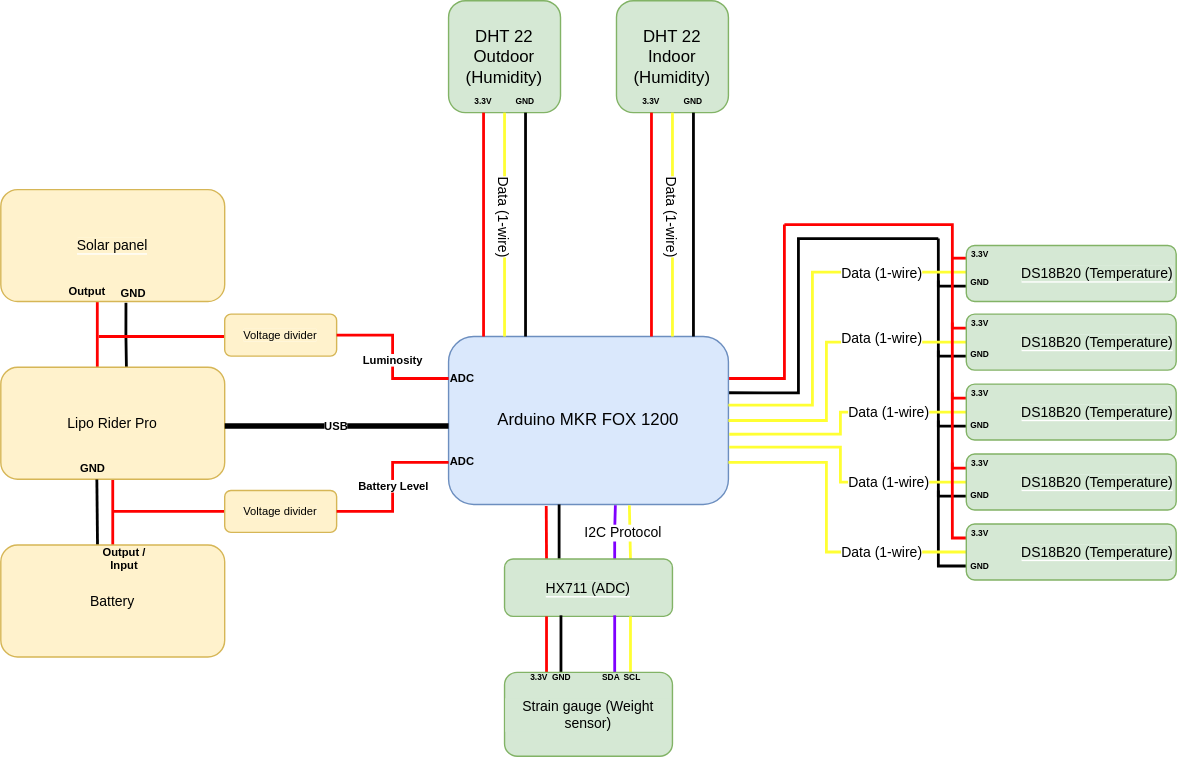
Above: Documentation/Synoptique.svg in Ithoh/OpenRucheDLCB (draw.io), before the change. Source tidied: cells renumbered, new cells last; positions are measured from the earlier drawing's top-left corner, leaving out a move shared by most shapes.
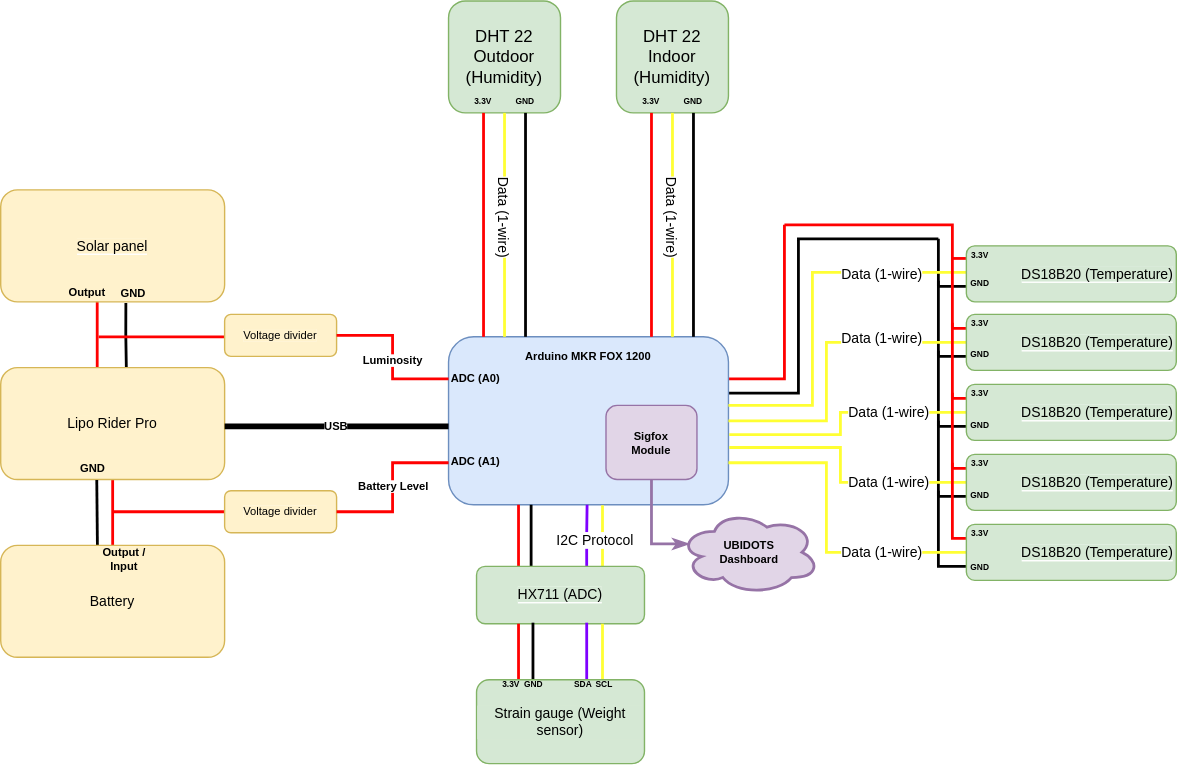
After the commit.

Commit message:
Added sigfox module in the schematic

Diff of the diagram source:
```diff
@@ -15,7 +15,7 @@
         </Array>
       </mxGeometry>
     </mxCell>
-    <mxCell id="4" value="Arduino MKR FOX 1200" style="rounded=1;whiteSpace=wrap;html=1;fillColor=#dae8fc;strokeColor=#6c8ebf;" parent="1" vertex="1">
+    <mxCell id="4" style="rounded=1;whiteSpace=wrap;html=1;fillColor=#dae8fc;strokeColor=#6c8ebf;" parent="1" vertex="1">
       <mxGeometry x="320" y="240" width="200" height="120" as="geometry" />
     </mxCell>
     <mxCell id="5" value="DHT 22 Outdoor&lt;br&gt;(Humidity)" style="rounded=1;whiteSpace=wrap;html=1;fillColor=#d5e8d4;strokeColor=#82b366;" parent="1" vertex="1">
@@ -232,22 +232,24 @@
     <mxCell id="54" value="Data (1-wire)" style="text;html=1;strokeColor=none;fillColor=none;align=center;verticalAlign=middle;whiteSpace=wrap;rounded=0;labelBackgroundColor=#FFFFFF;fontSize=10;fontColor=#000000;" parent="1" vertex="1">
       <mxGeometry x="605" y="339" width="60" height="10" as="geometry" />
     </mxCell>
-    <mxCell id="55" style="edgeStyle=orthogonalEdgeStyle;rounded=0;jettySize=auto;html=1;exitX=0.25;exitY=0;exitDx=0;exitDy=0;entryX=0.349;entryY=1.009;entryDx=0;entryDy=0;entryPerimeter=0;fontSize=10;fontColor=#000000;endArrow=none;endFill=0;strokeColor=#FF0000;strokeWidth=2;" parent="1" edge="1" source="59" target="4">
+    <mxCell id="55" style="edgeStyle=orthogonalEdgeStyle;rounded=0;jettySize=auto;html=1;exitX=0.25;exitY=0;exitDx=0;exitDy=0;entryX=0.25;entryY=1;entryDx=0;entryDy=0;fontSize=10;fontColor=#000000;endArrow=none;endFill=0;strokeColor=#FF0000;strokeWidth=2;" parent="1" edge="1" source="59" target="4">
       <mxGeometry relative="1" as="geometry" />
     </mxCell>
     <mxCell id="56" style="edgeStyle=orthogonalEdgeStyle;rounded=0;jettySize=auto;html=1;exitX=0.325;exitY=0.056;exitDx=0;exitDy=0;fontSize=10;fontColor=#000000;endArrow=none;endFill=0;strokeColor=#000000;strokeWidth=2;exitPerimeter=0;" parent="1" edge="1" source="59">
       <mxGeometry relative="1" as="geometry">
-        <mxPoint x="399" y="360" as="targetPoint" />
+        <mxPoint x="379" y="360" as="targetPoint" />
       </mxGeometry>
     </mxCell>
-    <mxCell id="57" style="edgeStyle=orthogonalEdgeStyle;rounded=0;jettySize=auto;html=1;exitX=0.75;exitY=0;exitDx=0;exitDy=0;entryX=0.646;entryY=1.005;entryDx=0;entryDy=0;entryPerimeter=0;fontSize=10;fontColor=#000000;endArrow=none;endFill=0;strokeColor=#FFFF33;strokeWidth=2;" parent="1" edge="1" source="59" target="4">
+    <mxCell id="57" style="edgeStyle=orthogonalEdgeStyle;rounded=0;jettySize=auto;html=1;exitX=0.75;exitY=0;exitDx=0;exitDy=0;entryX=0.55;entryY=1.003;entryDx=0;entryDy=0;entryPerimeter=0;fontSize=10;fontColor=#000000;endArrow=none;endFill=0;strokeColor=#FFFF33;strokeWidth=2;" parent="1" edge="1" source="59" target="4">
       <mxGeometry relative="1" as="geometry" />
     </mxCell>
-    <mxCell id="58" style="edgeStyle=orthogonalEdgeStyle;rounded=0;jettySize=auto;html=1;exitX=0.656;exitY=0.056;exitDx=0;exitDy=0;entryX=0.596;entryY=1.005;entryDx=0;entryDy=0;fontSize=10;fontColor=#000000;endArrow=none;endFill=0;strokeColor=#7F00FF;strokeWidth=2;exitPerimeter=0;entryPerimeter=0;" parent="1" edge="1" source="59" target="4">
-      <mxGeometry relative="1" as="geometry" />
+    <mxCell id="58" style="edgeStyle=orthogonalEdgeStyle;rounded=0;jettySize=auto;html=1;exitX=0.656;exitY=0.056;exitDx=0;exitDy=0;fontSize=10;fontColor=#000000;endArrow=none;endFill=0;strokeColor=#7F00FF;strokeWidth=2;exitPerimeter=0;" parent="1" edge="1" source="59">
+      <mxGeometry relative="1" as="geometry">
+        <mxPoint x="419" y="360" as="targetPoint" />
+      </mxGeometry>
     </mxCell>
     <mxCell id="59" value="&lt;span style=&quot;background-color: rgb(213 , 232 , 212)&quot;&gt;HX711 (ADC)&lt;br&gt;&lt;/span&gt;" style="rounded=1;whiteSpace=wrap;html=1;labelBackgroundColor=#FFFFFF;fontSize=10;strokeColor=#82b366;fillColor=#d5e8d4;align=center;" parent="1" vertex="1">
-      <mxGeometry x="360" y="399" width="120" height="41" as="geometry" />
+      <mxGeometry x="340" y="404" width="120" height="41" as="geometry" />
     </mxCell>
     <mxCell id="60" style="edgeStyle=orthogonalEdgeStyle;rounded=0;jettySize=auto;html=1;exitX=0.25;exitY=0;exitDx=0;exitDy=0;entryX=0.25;entryY=1;entryDx=0;entryDy=0;fontSize=10;fontColor=#000000;endArrow=none;endFill=0;strokeColor=#FF0000;strokeWidth=2;" parent="1" edge="1" source="64" target="59">
       <mxGeometry relative="1" as="geometry" />
@@ -262,22 +264,22 @@
       <mxGeometry relative="1" as="geometry" />
     </mxCell>
     <mxCell id="64" value="Strain gauge (Weight sensor)" style="rounded=1;whiteSpace=wrap;html=1;labelBackgroundColor=#D5E8D4;fontSize=10;strokeColor=#82b366;fillColor=#d5e8d4;align=center;" parent="1" vertex="1">
-      <mxGeometry x="360" y="480" width="120" height="60" as="geometry" />
+      <mxGeometry x="340" y="485" width="120" height="60" as="geometry" />
     </mxCell>
     <mxCell id="65" value="&lt;font style=&quot;font-size: 6px ; line-height: 0.8&quot;&gt;&lt;b&gt;3.3V&lt;/b&gt;&lt;/font&gt;" style="text;html=1;strokeColor=none;fillColor=none;align=center;verticalAlign=middle;whiteSpace=wrap;rounded=0;" parent="1" vertex="1">
-      <mxGeometry x="375" y="477" width="20" height="10" as="geometry" />
+      <mxGeometry x="355" y="482" width="20" height="10" as="geometry" />
     </mxCell>
     <mxCell id="66" value="&lt;font style=&quot;font-size: 6px ; line-height: 0.8&quot;&gt;&lt;b&gt;GND&lt;/b&gt;&lt;/font&gt;" style="text;html=1;strokeColor=none;fillColor=none;align=center;verticalAlign=middle;whiteSpace=wrap;rounded=0;" parent="1" vertex="1">
-      <mxGeometry x="391" y="477" width="20" height="10" as="geometry" />
+      <mxGeometry x="371" y="482" width="20" height="10" as="geometry" />
     </mxCell>
     <mxCell id="67" value="SDA" style="text;html=1;strokeColor=none;fillColor=none;align=center;verticalAlign=middle;whiteSpace=wrap;rounded=0;labelBackgroundColor=none;fontSize=6;fontColor=#000000;fontStyle=1;" parent="1" vertex="1">
-      <mxGeometry x="429" y="479" width="15" height="10" as="geometry" />
+      <mxGeometry x="409" y="484" width="15" height="10" as="geometry" />
     </mxCell>
     <mxCell id="68" value="SCL" style="text;html=1;strokeColor=none;fillColor=none;align=center;verticalAlign=middle;whiteSpace=wrap;rounded=0;labelBackgroundColor=none;fontSize=6;fontColor=#000000;fontStyle=1;" parent="1" vertex="1">
-      <mxGeometry x="444" y="479" width="15" height="10" as="geometry" />
+      <mxGeometry x="424" y="484" width="15" height="10" as="geometry" />
     </mxCell>
     <mxCell id="69" value="&lt;font style=&quot;font-size: 10px&quot;&gt;I2C Protocol&lt;/font&gt;" style="text;html=1;strokeColor=none;fillColor=none;align=center;verticalAlign=middle;whiteSpace=wrap;rounded=0;labelBackgroundColor=default;fontSize=6;fontColor=#000000;" parent="1" vertex="1">
-      <mxGeometry x="415" y="375" width="60" height="9" as="geometry" />
+      <mxGeometry x="395" y="380" width="60" height="9" as="geometry" />
     </mxCell>
     <mxCell id="70" style="rounded=0;jettySize=auto;html=1;exitX=0.431;exitY=0.969;exitDx=0;exitDy=0;entryX=0.431;entryY=0.044;entryDx=0;entryDy=0;fontSize=10;fontColor=#000000;endArrow=none;endFill=0;strokeColor=#FF0000;strokeWidth=2;exitPerimeter=0;entryPerimeter=0;" parent="1" edge="1" source="72" target="74">
       <mxGeometry relative="1" as="geometry" />
@@ -328,8 +330,8 @@
         </Array>
       </mxGeometry>
     </mxCell>
-    <mxCell id="84" value="ADC" style="text;html=1;strokeColor=none;fillColor=none;align=center;verticalAlign=middle;whiteSpace=wrap;rounded=0;labelBackgroundColor=none;fontSize=8;fontColor=#000000;fontStyle=1;" parent="1" vertex="1">
-      <mxGeometry x="320" y="265" width="20" height="10" as="geometry" />
+    <mxCell id="84" value="ADC (A0)" style="text;html=1;strokeColor=none;fillColor=none;align=left;verticalAlign=middle;whiteSpace=wrap;rounded=0;labelBackgroundColor=none;fontSize=8;fontColor=#000000;fontStyle=1;" parent="1" vertex="1">
+      <mxGeometry x="320" y="265" width="50" height="10" as="geometry" />
     </mxCell>
     <mxCell id="85" value="Luminosity" style="text;html=1;strokeColor=none;fillColor=none;align=center;verticalAlign=middle;whiteSpace=wrap;rounded=0;labelBackgroundColor=default;fontSize=8;fontColor=#000000;fontStyle=1;" parent="1" vertex="1">
       <mxGeometry x="258" y="252" width="45" height="10" as="geometry" />
@@ -356,11 +358,31 @@
         </Array>
       </mxGeometry>
     </mxCell>
-    <mxCell id="91" value="ADC" style="text;html=1;strokeColor=none;fillColor=none;align=center;verticalAlign=middle;whiteSpace=wrap;rounded=0;labelBackgroundColor=none;fontSize=8;fontColor=#000000;fontStyle=1;" parent="1" vertex="1">
-      <mxGeometry x="320" y="324" width="20" height="10" as="geometry" />
+    <mxCell id="91" value="ADC (A1)" style="text;html=1;strokeColor=none;fillColor=none;align=left;verticalAlign=middle;whiteSpace=wrap;rounded=0;labelBackgroundColor=none;fontSize=8;fontColor=#000000;fontStyle=1;" parent="1" vertex="1">
+      <mxGeometry x="320" y="324" width="40" height="10" as="geometry" />
     </mxCell>
     <mxCell id="92" value="Battery Level" style="text;html=1;strokeColor=none;fillColor=none;align=center;verticalAlign=middle;whiteSpace=wrap;rounded=0;labelBackgroundColor=default;fontSize=8;fontColor=#000000;fontStyle=1;" parent="1" vertex="1">
       <mxGeometry x="249.5" y="342" width="62" height="10" as="geometry" />
     </mxCell>
+    <mxCell id="93" value="&lt;b&gt;Arduino MKR FOX 1200&lt;/b&gt;" style="text;html=1;strokeColor=none;fillColor=none;align=center;verticalAlign=middle;whiteSpace=wrap;rounded=0;labelBackgroundColor=none;fontSize=8;fontColor=#000000;" parent="1" vertex="1">
+      <mxGeometry x="370" y="246" width="100" height="16" as="geometry" />
+    </mxCell>
+    <mxCell id="94" style="rounded=1;whiteSpace=wrap;html=1;labelBackgroundColor=none;fontSize=8;strokeColor=#9673a6;fillColor=#e1d5e7;align=left;" parent="1" vertex="1">
+      <mxGeometry x="432.5" y="289" width="65" height="53" as="geometry" />
+    </mxCell>
+    <mxCell id="95" value="&lt;b&gt;Sigfox Module&lt;/b&gt;" style="text;html=1;strokeColor=none;fillColor=none;align=center;verticalAlign=middle;whiteSpace=wrap;rounded=0;labelBackgroundColor=none;fontSize=8;fontColor=#000000;" parent="1" vertex="1">
+      <mxGeometry x="440" y="300.5" width="50" height="30" as="geometry" />
+    </mxCell>
+    <mxCell id="96" value="&lt;b&gt;UBIDOTS&lt;br&gt;Dashboard&lt;/b&gt;" style="ellipse;shape=cloud;whiteSpace=wrap;html=1;align=center;labelBackgroundColor=none;fontSize=8;strokeColor=#9673a6;strokeWidth=2;fillColor=#e1d5e7;" parent="1" vertex="1">
+      <mxGeometry x="485" y="364" width="100" height="60" as="geometry" />
+    </mxCell>
+    <mxCell id="97" style="endArrow=classicThin;html=1;rounded=0;fontSize=8;fontColor=#000000;strokeColor=#9673a6;strokeWidth=2;entryX=0.07;entryY=0.4;entryDx=0;entryDy=0;entryPerimeter=0;fillColor=#e1d5e7;endFill=1;exitX=0.5;exitY=1;exitDx=0;exitDy=0;" parent="1" edge="1" source="94" target="96">
+      <mxGeometry relative="1" as="geometry">
+        <Array as="points">
+          <mxPoint x="465" y="350" />
+          <mxPoint x="465" y="388" />
+        </Array>
+      </mxGeometry>
+    </mxCell>
   </root>
 </mxGraphModel>
```
